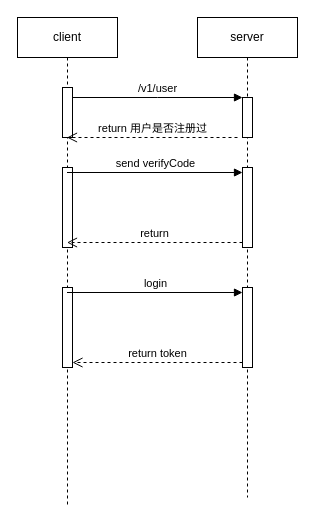
yuyang199226/drawio keeps this draw.io diagram as login.drawio. Above is the earlier version. Source tidied: cells renumbered, new cells numbered last; positions are measured from the earlier drawing's top-left corner, leaving out a move shared by most shapes. Both pictures are drawn from the tidied source at 100%, with x=0, y=0 at pixel (17, 17).
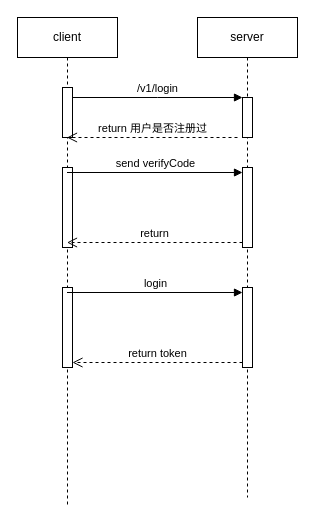
The same diagram, later.

Change to the diagram source:
```diff
@@
 <mxGraphModel>
   <root>
     <mxCell id="0" />
     <mxCell id="1" parent="0" />
     <mxCell id="2" value="client" style="shape=umlLifeline;perimeter=lifelinePerimeter;whiteSpace=wrap;html=1;outlineConnect=0;portConstraint=eastwest;newEdgeStyle={&quot;edgeStyle&quot;:&quot;elbowEdgeStyle&quot;,&quot;elbow&quot;:&quot;vertical&quot;,&quot;curved&quot;:0,&quot;rounded&quot;:0};" parent="1" vertex="1">
       <mxGeometry width="100" height="490" as="geometry" />
     </mxCell>
     <mxCell id="3" style="html=1;points=[];perimeter=orthogonalPerimeter;outlineConnect=0;targetShapes=umlLifeline;portConstraint=eastwest;newEdgeStyle={&quot;edgeStyle&quot;:&quot;elbowEdgeStyle&quot;,&quot;elbow&quot;:&quot;vertical&quot;,&quot;curved&quot;:0,&quot;rounded&quot;:0};" parent="2" vertex="1">
       <mxGeometry x="45" y="70" width="10" height="50" as="geometry" />
     </mxCell>
     <mxCell id="4" style="html=1;perimeter=orthogonalPerimeter;targetShapes=umlLifeline;newEdgeStyle={&quot;curved&quot;:0,&quot;rounded&quot;:0};" parent="2" vertex="1">
       <mxGeometry x="45" y="150" width="10" height="80" as="geometry" />
     </mxCell>
     <mxCell id="5" style="html=1;points=[[0,0,0,0,5],[0,1,0,0,-5],[1,0,0,0,5],[1,1,0,0,-5]];perimeter=orthogonalPerimeter;outlineConnect=0;targetShapes=umlLifeline;portConstraint=eastwest;newEdgeStyle={&quot;curved&quot;:0,&quot;rounded&quot;:0};" parent="2" vertex="1">
       <mxGeometry x="45" y="270" width="10" height="80" as="geometry" />
     </mxCell>
     <mxCell id="6" value="server" style="shape=umlLifeline;perimeter=lifelinePerimeter;whiteSpace=wrap;html=1;newEdgeStyle={&quot;edgeStyle&quot;:&quot;elbowEdgeStyle&quot;,&quot;elbow&quot;:&quot;vertical&quot;,&quot;curved&quot;:0,&quot;rounded&quot;:0};" parent="1" vertex="1">
       <mxGeometry x="180" width="100" height="480" as="geometry" />
     </mxCell>
     <mxCell id="7" style="html=1;points=[];perimeter=orthogonalPerimeter;outlineConnect=0;targetShapes=umlLifeline;portConstraint=eastwest;newEdgeStyle={&quot;edgeStyle&quot;:&quot;elbowEdgeStyle&quot;,&quot;elbow&quot;:&quot;vertical&quot;,&quot;curved&quot;:0,&quot;rounded&quot;:0};" parent="6" vertex="1">
       <mxGeometry x="45" y="80" width="10" height="40" as="geometry" />
     </mxCell>
     <mxCell id="8" style="html=1;points=[[0,0,0,0,5],[0,1,0,0,-5],[1,0,0,0,5],[1,1,0,0,-5]];perimeter=orthogonalPerimeter;outlineConnect=0;targetShapes=umlLifeline;portConstraint=eastwest;newEdgeStyle={&quot;curved&quot;:0,&quot;rounded&quot;:0};" parent="6" vertex="1">
       <mxGeometry x="45" y="150" width="10" height="80" as="geometry" />
     </mxCell>
     <mxCell id="9" style="html=1;points=[[0,0,0,0,5],[0,1,0,0,-5],[1,0,0,0,5],[1,1,0,0,-5]];perimeter=orthogonalPerimeter;outlineConnect=0;targetShapes=umlLifeline;portConstraint=eastwest;newEdgeStyle={&quot;curved&quot;:0,&quot;rounded&quot;:0};" parent="6" vertex="1">
       <mxGeometry x="45" y="270" width="10" height="80" as="geometry" />
     </mxCell>
-    <mxCell id="10" value="/v1/user" style="html=1;verticalAlign=bottom;endArrow=block;edgeStyle=elbowEdgeStyle;elbow=horizontal;curved=0;rounded=0;" parent="1" edge="1" source="3" target="7">
+    <mxCell id="10" value="/v1/login" style="html=1;verticalAlign=bottom;endArrow=block;edgeStyle=elbowEdgeStyle;elbow=horizontal;curved=0;rounded=0;" parent="1" edge="1" source="3" target="7">
       <mxGeometry relative="1" as="geometry">
         <Array as="points">
           <mxPoint x="140" y="80" />
         </Array>
       </mxGeometry>
     </mxCell>
     <mxCell id="11" value="return 用户是否注册过" style="html=1;verticalAlign=bottom;endArrow=open;dashed=1;endSize=8;curved=0;rounded=0;" parent="1" edge="1" target="2">
       <mxGeometry relative="1" as="geometry">
         <mxPoint x="220" y="120" as="sourcePoint" />
       </mxGeometry>
     </mxCell>
     <mxCell id="12" value="send verifyCode" style="html=1;verticalAlign=bottom;endArrow=block;curved=0;rounded=0;entryX=0;entryY=0;entryDx=0;entryDy=5;" parent="1" edge="1" source="2" target="8">
       <mxGeometry relative="1" as="geometry" />
     </mxCell>
     <mxCell id="13" value="return" style="html=1;verticalAlign=bottom;endArrow=open;dashed=1;endSize=8;curved=0;rounded=0;exitX=0;exitY=1;exitDx=0;exitDy=-5;" parent="1" edge="1" source="8" target="2">
       <mxGeometry relative="1" as="geometry" />
     </mxCell>
     <mxCell id="14" value="login" style="html=1;verticalAlign=bottom;endArrow=block;curved=0;rounded=0;entryX=0;entryY=0;entryDx=0;entryDy=5;" parent="1" edge="1" source="2" target="9">
       <mxGeometry relative="1" as="geometry" />
     </mxCell>
     <mxCell id="15" value="return token" style="html=1;verticalAlign=bottom;endArrow=open;dashed=1;endSize=8;curved=0;rounded=0;exitX=0;exitY=1;exitDx=0;exitDy=-5;entryX=1;entryY=1;entryDx=0;entryDy=-5;entryPerimeter=0;" parent="1" edge="1" source="9" target="5">
       <mxGeometry relative="1" as="geometry" />
     </mxCell>
   </root>
 </mxGraphModel>
```
